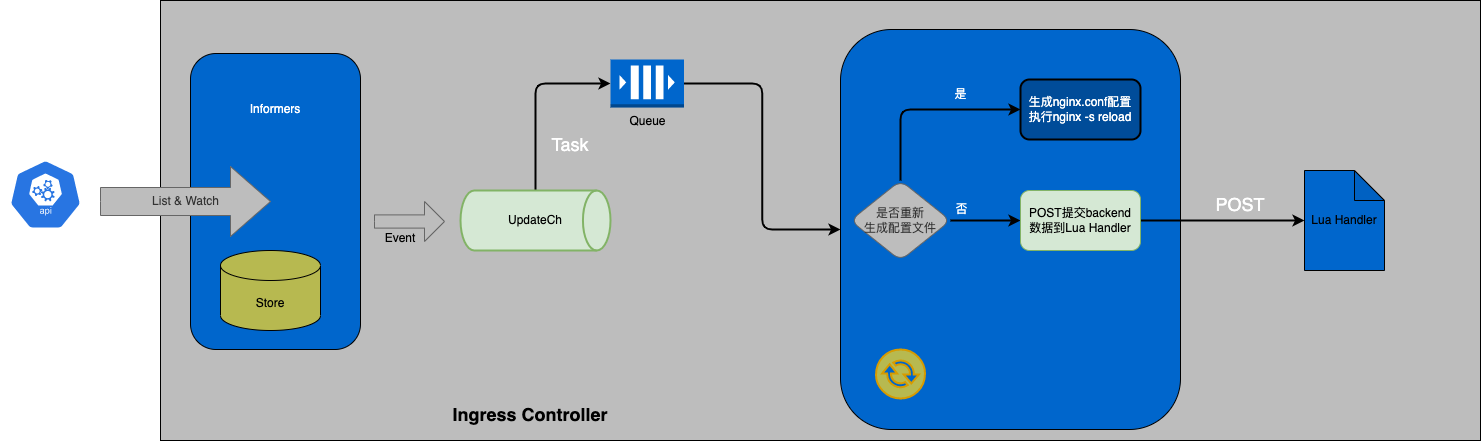
Earlier version of the draw.io export diagrams/ingress-nginx-controller.png (kbsonlong/notes_statics). Source tidied: cells renumbered, new cells last; positions are measured from the earlier drawing's top-left corner, leaving out a move shared by most shapes.
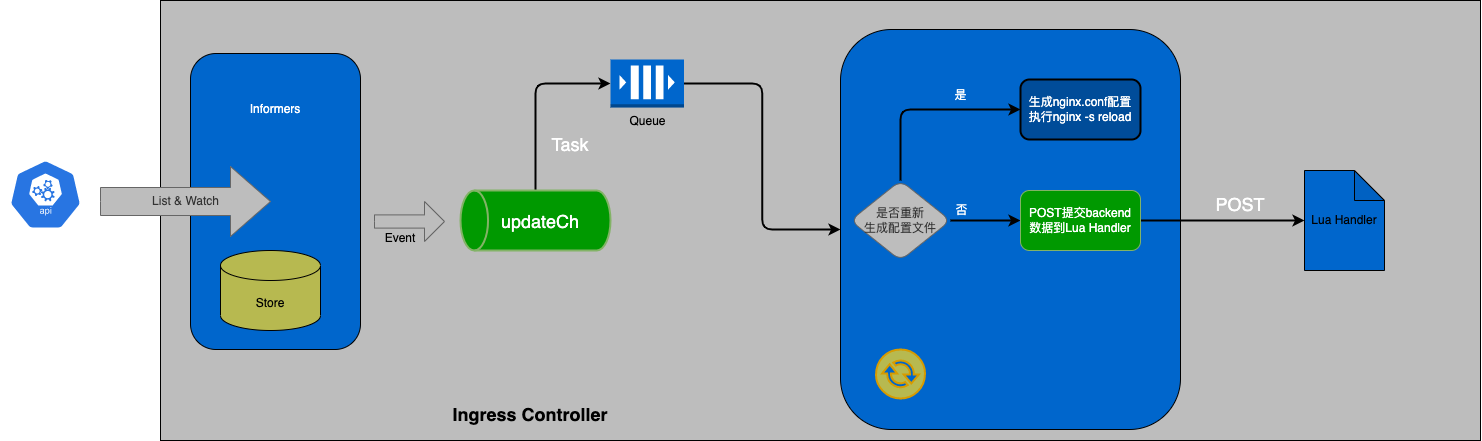
After the commit.

What changed in the source:
```diff
@@ -17,7 +17,7 @@
     <mxCell id="6" style="edgeStyle=orthogonalEdgeStyle;rounded=1;jettySize=auto;html=1;entryX=0;entryY=0.5;entryDx=0;entryDy=0;entryPerimeter=0;fontColor=#000000;strokeWidth=2;" parent="1" edge="1" source="7" target="9">
       <mxGeometry x="-0.33" relative="1" as="geometry" />
     </mxCell>
-    <mxCell id="7" value="UpdateCh" style="strokeWidth=2;html=1;shape=mxgraph.flowchart.direct_data;whiteSpace=wrap;fillColor=#d5e8d4;strokeColor=#82b366;" parent="1" vertex="1">
+    <mxCell id="7" style="strokeWidth=2;html=1;shape=mxgraph.flowchart.direct_data;whiteSpace=wrap;fillColor=#009900;strokeColor=#82b366;rotation=-180;" parent="1" vertex="1">
       <mxGeometry x="460" y="190" width="150" height="60" as="geometry" />
     </mxCell>
     <mxCell id="8" style="edgeStyle=orthogonalEdgeStyle;rounded=1;jettySize=auto;html=1;entryX=0;entryY=0.5;entryDx=0;entryDy=0;fontSize=18;fontColor=#000000;strokeWidth=2;" parent="1" edge="1" source="9" target="10">
@@ -54,7 +54,7 @@
     <mxCell id="17" style="edgeStyle=orthogonalEdgeStyle;rounded=1;jettySize=auto;html=1;strokeWidth=2;" parent="1" edge="1" source="18" target="11">
       <mxGeometry relative="1" as="geometry" />
     </mxCell>
-    <mxCell id="18" value="POST提交backend&lt;br&gt;数据到Lua Handler" style="whiteSpace=wrap;html=1;fillColor=#d5e8d4;strokeColor=#82b366;rounded=1;" parent="1" vertex="1">
+    <mxCell id="18" value="&lt;font color=&quot;#ffffff&quot;&gt;POST提交backend&lt;br&gt;数据到Lua Handler&lt;/font&gt;" style="whiteSpace=wrap;html=1;fillColor=#009900;strokeColor=#82b366;rounded=1;" parent="1" vertex="1">
       <mxGeometry x="1020" y="190" width="120" height="60" as="geometry" />
     </mxCell>
     <mxCell id="19" value="&lt;font color=&quot;#ffffff&quot;&gt;生成nginx.conf配置&lt;br&gt;执行nginx -s reload&lt;/font&gt;" style="whiteSpace=wrap;html=1;fillColor=#004C99;rounded=1;strokeWidth=2;" parent="1" vertex="1">
@@ -84,5 +84,8 @@
     <mxCell id="27" value="Task" style="text;html=1;strokeColor=none;fillColor=none;align=center;verticalAlign=middle;whiteSpace=wrap;rounded=0;shadow=0;labelBackgroundColor=none;strokeWidth=2;fontSize=18;fontColor=#FFFFFF;" parent="1" vertex="1">
       <mxGeometry x="540" y="129" width="60" height="30" as="geometry" />
     </mxCell>
+    <mxCell id="28" value="updateCh" style="text;html=1;strokeColor=none;fillColor=none;align=center;verticalAlign=middle;whiteSpace=wrap;rounded=0;shadow=0;labelBackgroundColor=none;strokeWidth=2;fontSize=18;fontColor=#FFFFFF;" parent="1" vertex="1">
+      <mxGeometry x="510" y="206" width="60" height="30" as="geometry" />
+    </mxCell>
   </root>
 </mxGraphModel>
```
